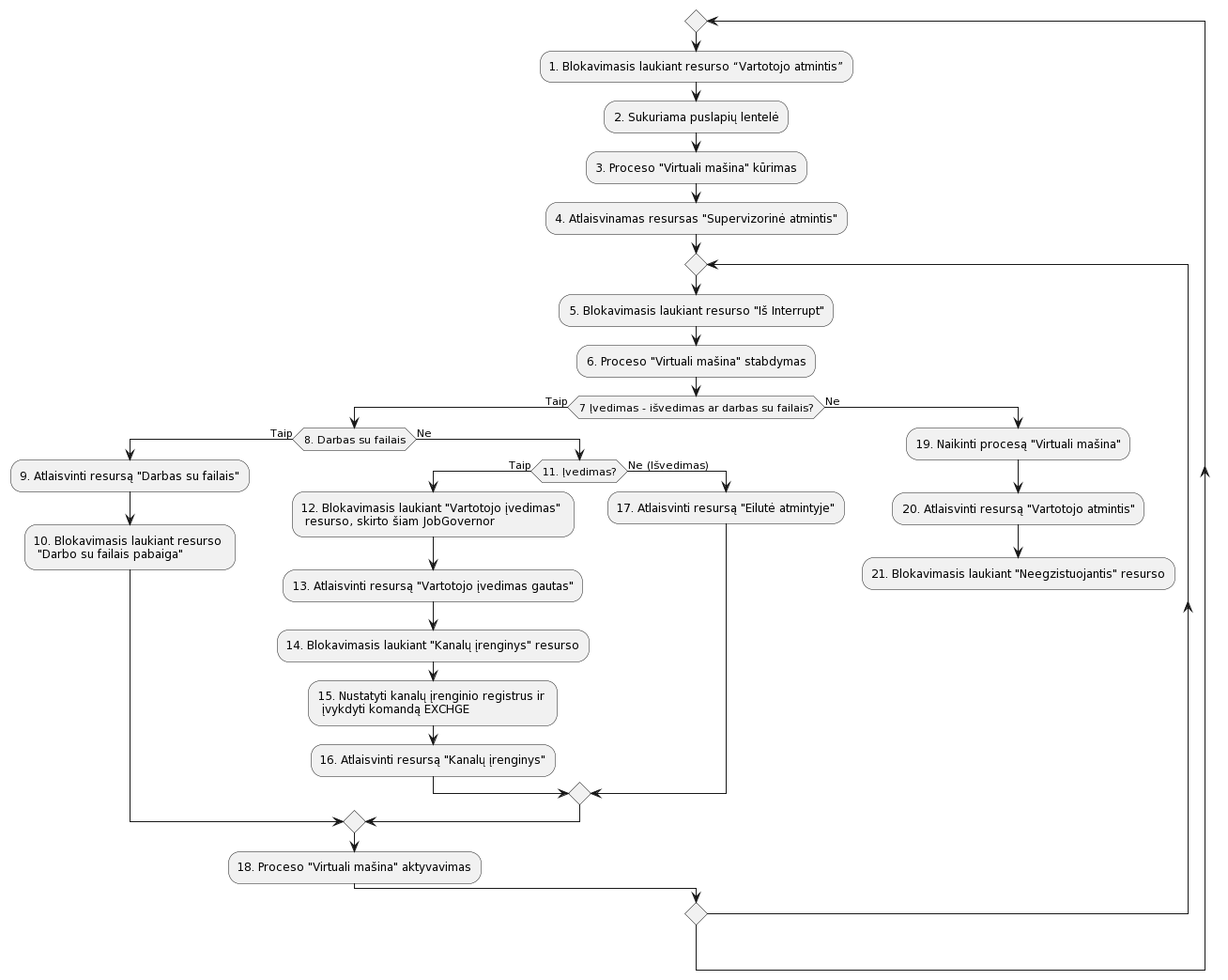
Before: aprasymas2/img/JobGovernor.png, a diagram exported from PlantUML (Mdominykas/OS).
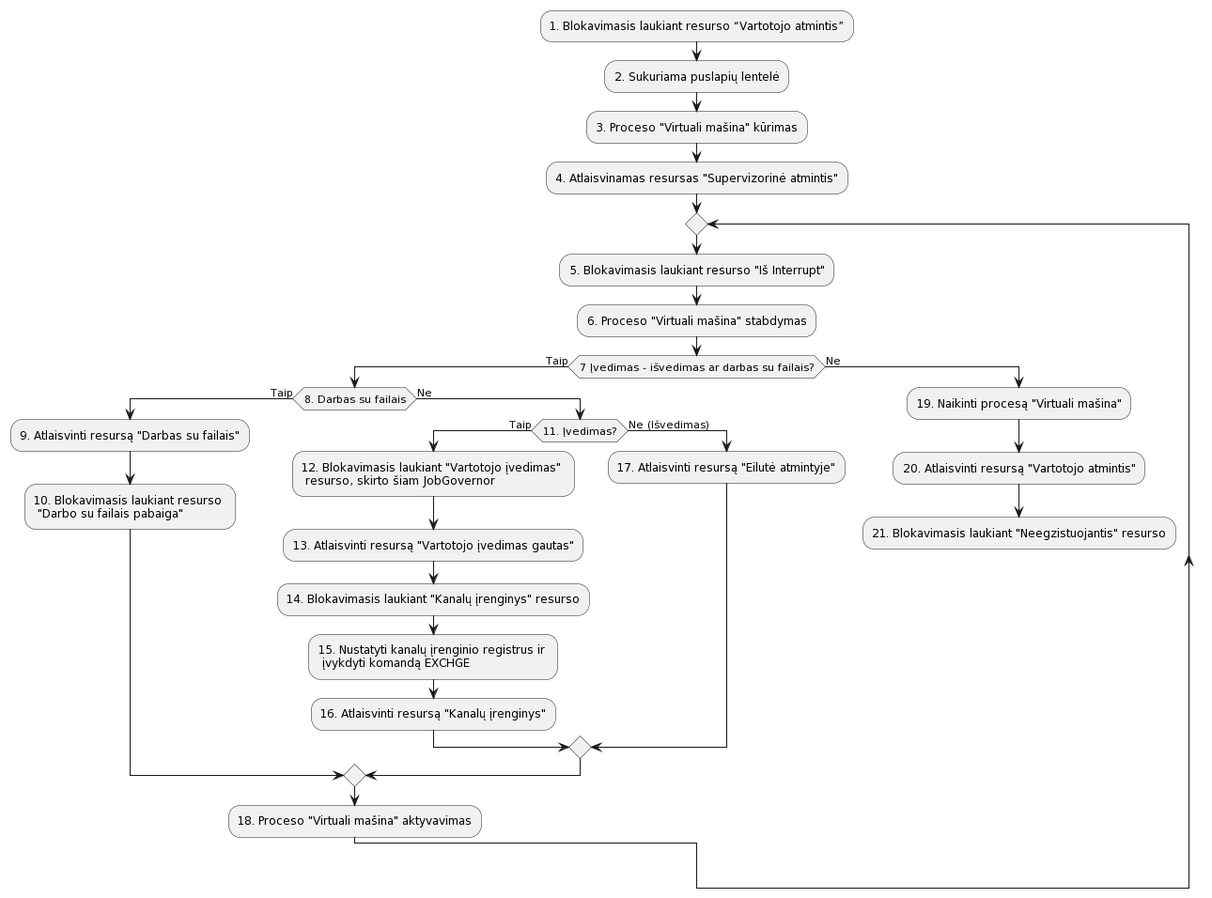
The same file after the commit.

Commit message:
implemented-JobGovernor

Change to the diagram source:
```diff
@@ -1,32 +1,31 @@
 @startuml
+:1. Blokavimasis laukiant resurso “Vartotojo atmintis”;
+:2. Sukuriama puslapių lentelė;
+:3. Proceso "Virtuali mašina" kūrimas;
+:4. Atlaisvinamas resursas "Supervizorinė atmintis";
 repeat
-  :1. Blokavimasis laukiant resurso “Vartotojo atmintis”;
-  :2. Sukuriama puslapių lentelė;
-  :3. Proceso "Virtuali mašina" kūrimas;
-  :4. Atlaisvinamas resursas "Supervizorinė atmintis";
-  repeat
-    :5. Blokavimasis laukiant resurso "Iš Interrupt";
-    :6. Proceso "Virtuali mašina" stabdymas;
-    if (7 Įvedimas - išvedimas ar darbas su failais?) is (Taip) then
-      if (8. Darbas su failais) is (Taip) then
-         :9. Atlaisvinti resursą "Darbas su failais";
-         :10. Blokavimasis laukiant resurso \n "Darbo su failais pabaiga";
-      else (Ne)
-        if (11. Įvedimas?) is (Taip) then
-          :12. Blokavimasis laukiant "Vartotojo įvedimas" \n resurso, skirto šiam JobGovernor;
-          :13. Atlaisvinti resursą "Vartotojo įvedimas gautas";
-          :14. Blokavimasis laukiant "Kanalų įrenginys" resurso;
-          :15. Nustatyti kanalų įrenginio registrus ir \n įvykdyti komandą EXCHGE;
-          :16. Atlaisvinti resursą "Kanalų įrenginys";
-        else (Ne (Išvedimas))
-          :17. Atlaisvinti resursą "Eilutė atmintyje";
-        endif
+  :5. Blokavimasis laukiant resurso "Iš Interrupt";
+  :6. Proceso "Virtuali mašina" stabdymas;
+  if (7 Įvedimas - išvedimas ar darbas su failais?) is (Taip) then
+    if (8. Darbas su failais) is (Taip) then
+      :9. Atlaisvinti resursą "Darbas su failais";
+      :10. Blokavimasis laukiant resurso \n "Darbo su failais pabaiga";
+    else (Ne)
+      if (11. Įvedimas?) is (Taip) then
+        :12. Blokavimasis laukiant "Vartotojo įvedimas" \n resurso, skirto šiam JobGovernor;
+        :13. Atlaisvinti resursą "Vartotojo įvedimas gautas";
+        :14. Blokavimasis laukiant "Kanalų įrenginys" resurso;
+        :15. Nustatyti kanalų įrenginio registrus ir \n įvykdyti komandą EXCHGE;
+        :16. Atlaisvinti resursą "Kanalų įrenginys";
+      else (Ne (Išvedimas))
+        :17. Atlaisvinti resursą "Eilutė atmintyje";
       endif
-      :18. Proceso "Virtuali mašina" aktyvavimas;
-    else (Ne)
-      :19. Naikinti procesą "Virtuali mašina";
-      :20. Atlaisvinti resursą "Vartotojo atmintis";
-      :21. Blokavimasis laukiant "Neegzistuojantis" resurso;
-      kill
     endif
+    :18. Proceso "Virtuali mašina" aktyvavimas;
+  else (Ne)
+    :19. Naikinti procesą "Virtuali mašina";
+    :20. Atlaisvinti resursą "Vartotojo atmintis";
+    :21. Blokavimasis laukiant "Neegzistuojantis" resurso;
+    kill
+  endif
 @enduml
```
